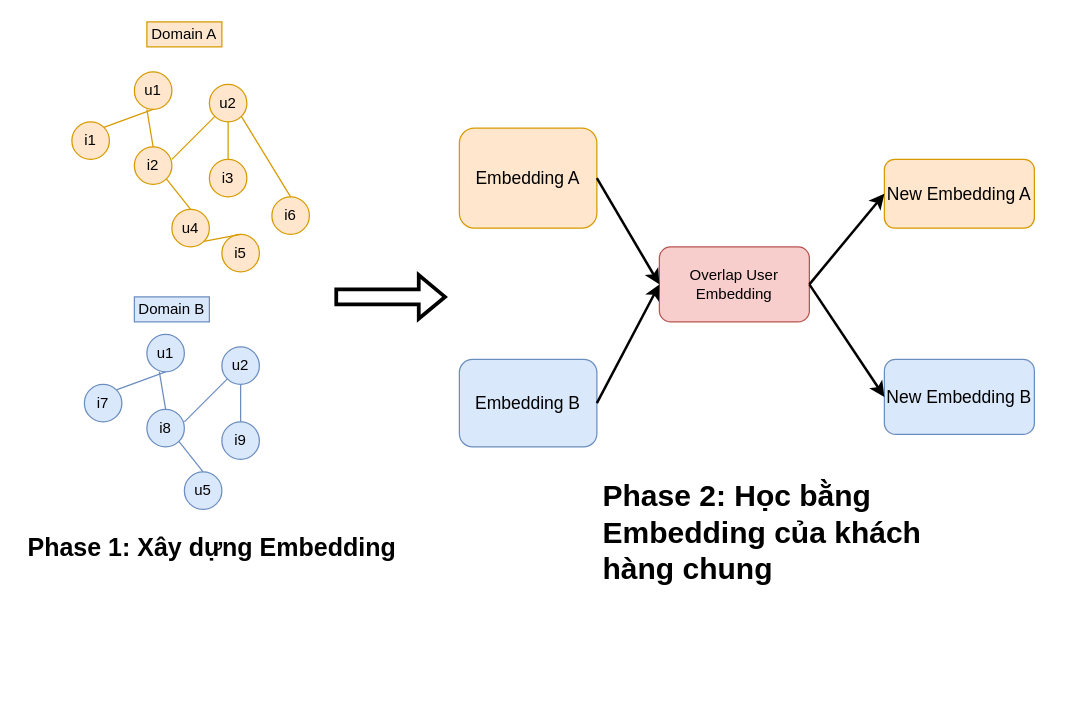
The draw.io diagram page "Page-2" (2 of 3) of VDT.drawio in minhkks/Mini_Project_VDT, before the edit. Source tidied: cells renumbered, new cells numbered last; positions are measured from the earlier drawing's top-left corner, leaving out a move shared by most shapes. Both pictures are drawn from the tidied source at 125%, with x=0, y=0 at pixel (21, 21).
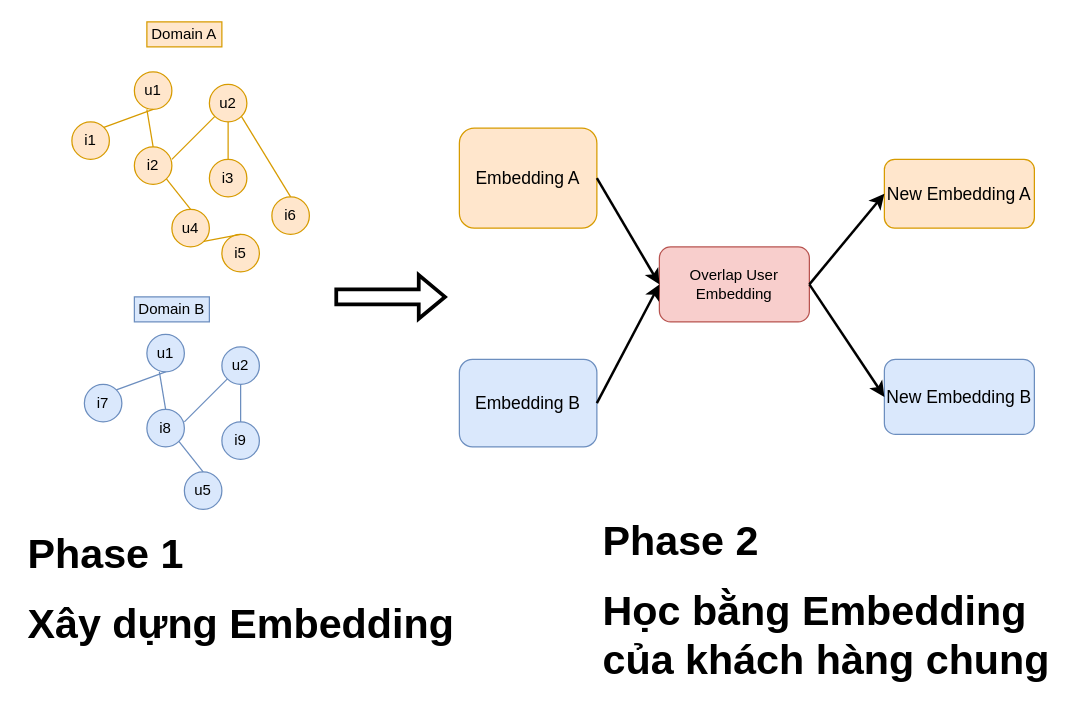
The same page after the edit.

Diff of the diagram source:
```diff
@@
-    <mxCell id="17" value="&lt;h1&gt;&lt;span style=&quot;background-color: initial;&quot;&gt;&lt;font style=&quot;font-size: 20px;&quot;&gt;Phase 1: Xây dựng Embedding&lt;/font&gt;&lt;/span&gt;&lt;/h1&gt;" style="text;html=1;strokeColor=none;fillColor=none;spacing=5;spacingTop=-20;whiteSpace=wrap;overflow=hidden;rounded=0;" parent="1" vertex="1">
-      <mxGeometry y="400" width="310" height="40" as="geometry" />
+    <mxCell id="17" value="&lt;h1&gt;&lt;span style=&quot;background-color: initial;&quot;&gt;&lt;font style=&quot;font-size: 33px;&quot;&gt;Phase 1&amp;nbsp;&lt;/font&gt;&lt;/span&gt;&lt;/h1&gt;&lt;h1&gt;&lt;span style=&quot;background-color: initial;&quot;&gt;&lt;font style=&quot;font-size: 33px;&quot;&gt;Xây dựng Embedding&lt;/font&gt;&lt;/span&gt;&lt;/h1&gt;" style="text;html=1;strokeColor=none;fillColor=none;spacing=5;spacingTop=-20;whiteSpace=wrap;overflow=hidden;rounded=0;" parent="1" vertex="1">
+      <mxGeometry y="400" width="350" height="120" as="geometry" />
     </mxCell>
@@
-    <mxCell id="37" value="&lt;h1&gt;Phase 2: Học bằng Embedding của khách hàng chung&lt;/h1&gt;" style="text;html=1;strokeColor=none;fillColor=none;spacing=5;spacingTop=-20;whiteSpace=wrap;overflow=hidden;rounded=0;" parent="1" vertex="1">
-      <mxGeometry x="460" y="360" width="270" height="120" as="geometry" />
+    <mxCell id="37" value="&lt;h1&gt;&lt;font style=&quot;font-size: 33px;&quot;&gt;Phase 2&lt;/font&gt;&lt;/h1&gt;&lt;h1&gt;&lt;font style=&quot;font-size: 33px;&quot;&gt;Học bằng Embedding của khách hàng chung&lt;/font&gt;&lt;/h1&gt;" style="text;html=1;strokeColor=none;fillColor=none;spacing=5;spacingTop=-20;whiteSpace=wrap;overflow=hidden;rounded=0;" parent="1" vertex="1">
+      <mxGeometry x="460" y="390" width="370" height="150" as="geometry" />
     </mxCell>
```
